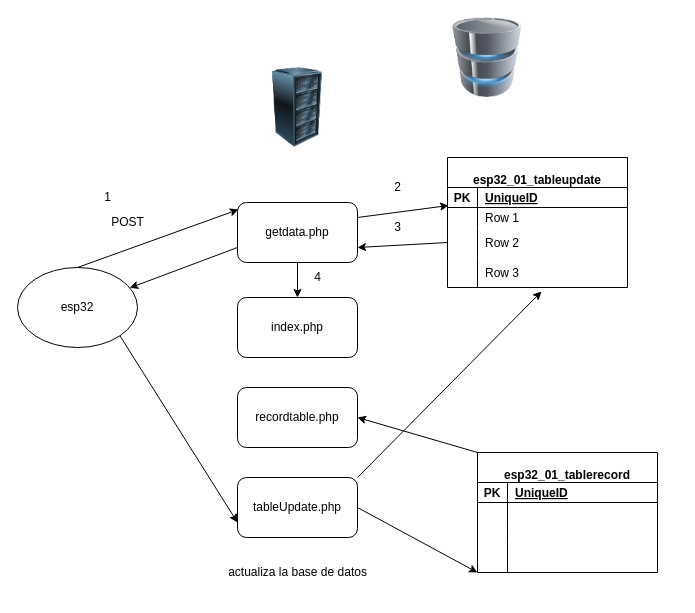
Before: AAESTACIONM-MASTER-ASUBIR/draw.drawio in psiconervio/Esp32-Dashboard-Simplificado, a draw.io diagram. Source tidied: cells renumbered, new cells numbered last; positions are measured from the earlier drawing's top-left corner, leaving out a move shared by most shapes. Both pictures are drawn from the tidied source at 100%, with x=0, y=0 at pixel (17, 17).
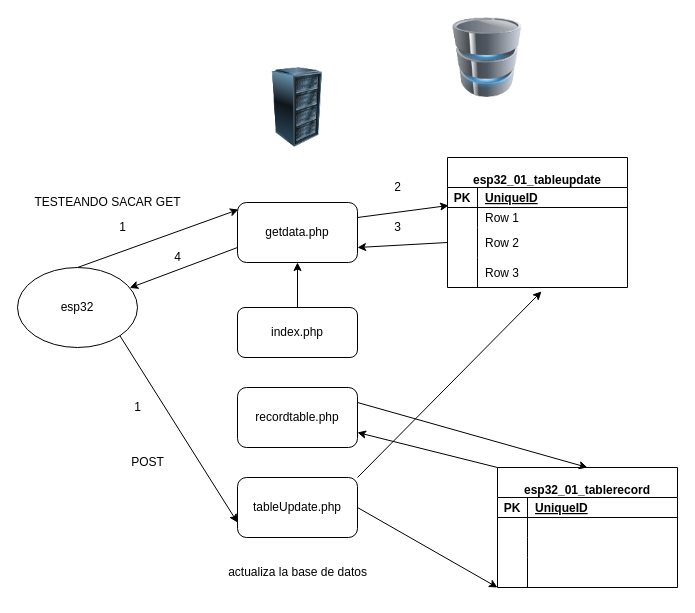
Above is the later version.

Unchanged cells that the change refers to:
```xml
<mxCell id="7" value="getdata.php" style="rounded=1;whiteSpace=wrap;html=1;" parent="1" vertex="1">
  <mxGeometry x="220" y="185" width="120" height="60" as="geometry" />
</mxCell>
<mxCell id="43" value="recordtable.php" style="rounded=1;whiteSpace=wrap;html=1;" parent="1" vertex="1">
  <mxGeometry x="220" y="370" width="120" height="60" as="geometry" />
</mxCell>
```

The edit, as a diff of the source:
```diff
@@
-    <mxCell id="4" style="edgeStyle=none;html=1;exitX=0.5;exitY=1;exitDx=0;exitDy=0;" parent="1" edge="1" source="7" target="44">
-      <mxGeometry relative="1" as="geometry" />
-    </mxCell>
@@
     <mxCell id="15" value="POST" style="text;html=1;align=center;verticalAlign=middle;strokeColor=none;fillColor=none;" parent="1" vertex="1">
-      <mxGeometry x="80" y="190" width="60" height="30" as="geometry" />
+      <mxGeometry x="100" y="430" width="60" height="30" as="geometry" />
     </mxCell>
-    <mxCell id="16" style="edgeStyle=none;html=1;exitX=0;exitY=0;exitDx=0;exitDy=0;entryX=1;entryY=0.5;entryDx=0;entryDy=0;" parent="1" edge="1" source="17" target="43">
+    <mxCell id="16" style="edgeStyle=none;html=1;exitX=0;exitY=0;exitDx=0;exitDy=0;entryX=1;entryY=0.75;entryDx=0;entryDy=0;" parent="1" edge="1" source="17" target="43">
       <mxGeometry relative="1" as="geometry" />
     </mxCell>
     <mxCell id="17" value="&#10;esp32_01_tablerecord" style="shape=table;startSize=30;childLayout=tableLayout;rowLines=0;fontStyle=1;align=center;" parent="1" vertex="1">
-      <mxGeometry x="460" y="435" width="180" height="120" as="geometry" />
+      <mxGeometry x="480" y="450" width="180" height="120" as="geometry" />
     </mxCell>
@@
+    <mxCell id="50" style="edgeStyle=none;html=1;exitX=1;exitY=0.25;exitDx=0;exitDy=0;entryX=0.5;entryY=0;entryDx=0;entryDy=0;" parent="1" edge="1" source="43" target="17">
+      <mxGeometry relative="1" as="geometry" />
+    </mxCell>
@@
+    <mxCell id="51" style="edgeStyle=none;html=1;" parent="1" edge="1" source="44" target="7">
+      <mxGeometry relative="1" as="geometry" />
+    </mxCell>
     <mxCell id="44" value="index.php" style="rounded=1;whiteSpace=wrap;html=1;" parent="1" vertex="1">
-      <mxGeometry x="220" y="280" width="120" height="60" as="geometry" />
+      <mxGeometry x="220" y="290" width="120" height="50" as="geometry" />
     </mxCell>
@@
     <mxCell id="46" value="1" style="text;html=1;align=center;verticalAlign=middle;strokeColor=none;fillColor=none;" parent="1" vertex="1">
-      <mxGeometry x="75" y="165" width="30" height="30" as="geometry" />
+      <mxGeometry x="90" y="195" width="30" height="30" as="geometry" />
     </mxCell>
@@
+    <mxCell id="52" value="1" style="text;html=1;align=center;verticalAlign=middle;strokeColor=none;fillColor=none;" parent="1" vertex="1">
+      <mxGeometry x="105" y="375" width="30" height="30" as="geometry" />
+    </mxCell>
     <mxCell id="49" value="4" style="text;html=1;align=center;verticalAlign=middle;strokeColor=none;fillColor=none;" parent="1" vertex="1">
-      <mxGeometry x="285" y="245" width="30" height="30" as="geometry" />
+      <mxGeometry x="145" y="225" width="30" height="30" as="geometry" />
     </mxCell>
+    <mxCell id="53" value="TESTEANDO SACAR GET" style="text;html=1;align=center;verticalAlign=middle;strokeColor=none;fillColor=none;" parent="1" vertex="1">
+      <mxGeometry x="5" y="170" width="170" height="30" as="geometry" />
+    </mxCell>
```
